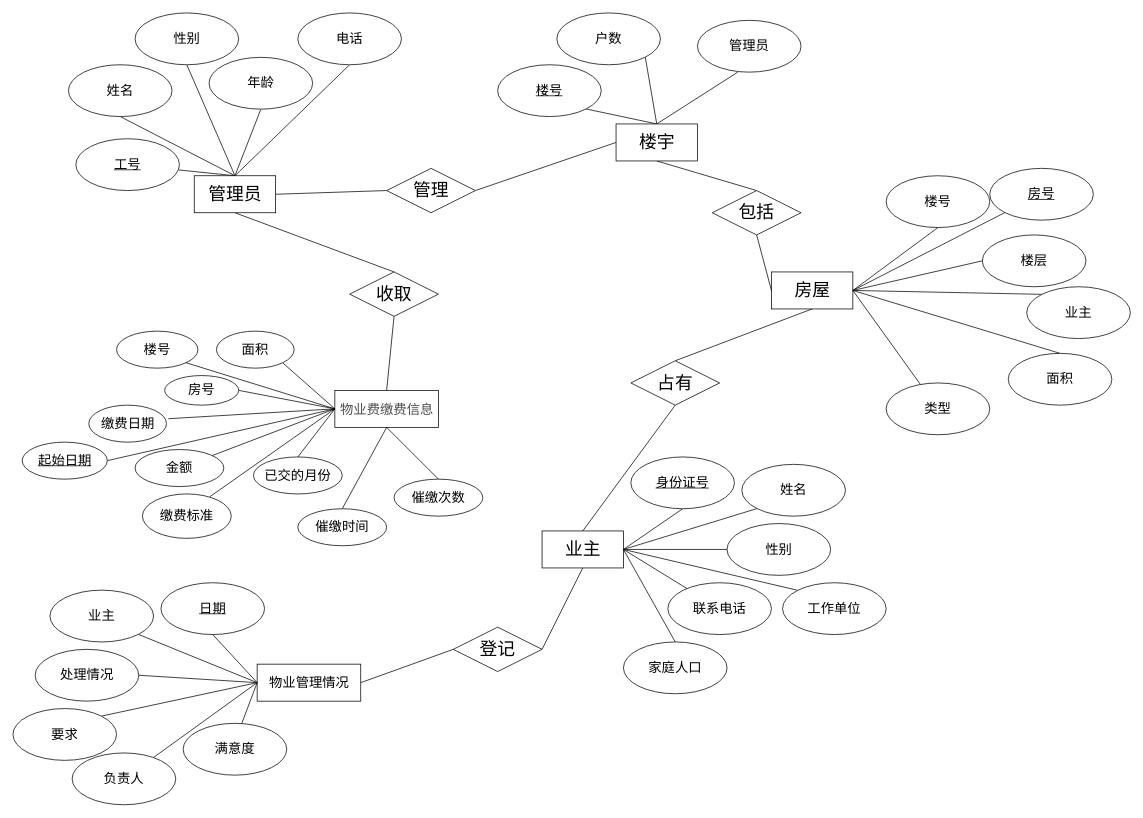
lidsu/Gulimall keeps this draw.io diagram as Untitled Diagram.drawio. Above is the earlier version. Source tidied: cells renumbered, new cells numbered last; positions are measured from the earlier drawing's top-left corner, leaving out a move shared by most shapes. Both pictures are drawn from the tidied source at 74%, with x=0, y=0 at pixel (13, 13).
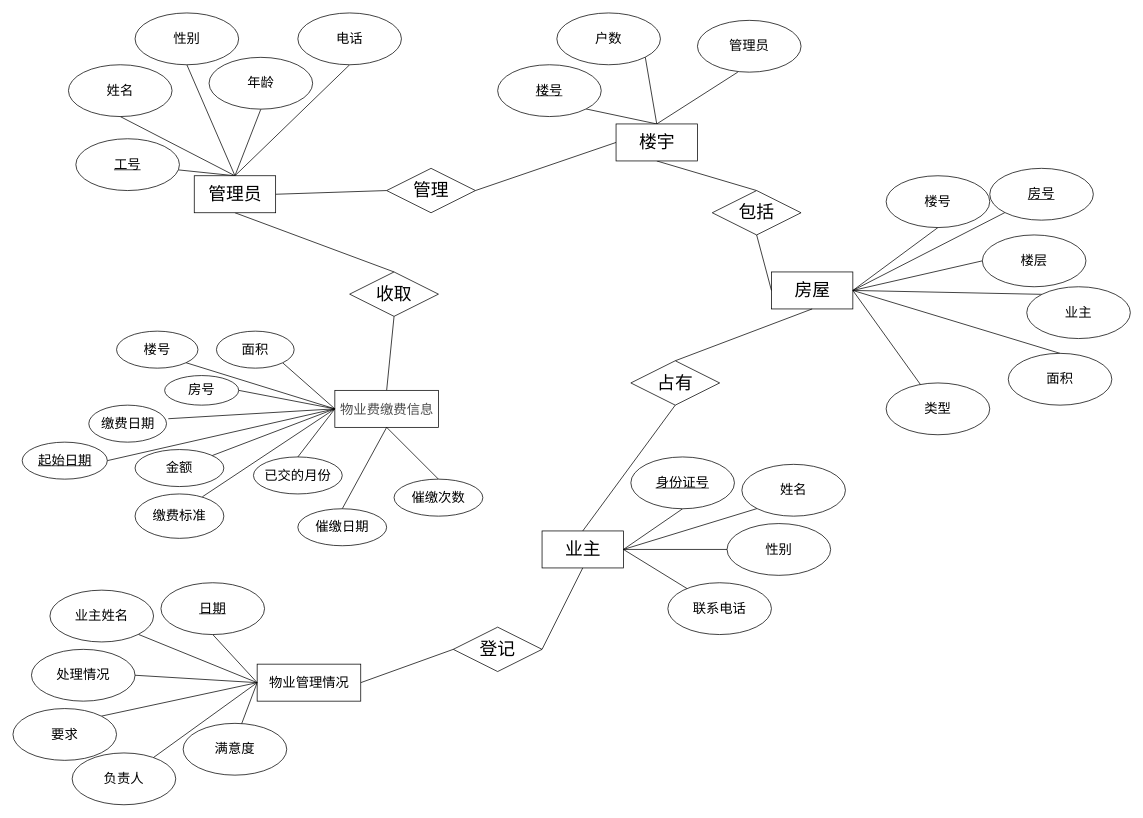
The same diagram, later.

Commit message:
小区物业管理

The change refers to these unchanged cells:
```xml
<mxCell id="8" value="&lt;span style=&quot;font-size: 24px;&quot;&gt;业主&lt;/span&gt;" style="html=1;" parent="1" vertex="1">
  <mxGeometry x="715" y="700" width="110" height="50" as="geometry" />
</mxCell>
```

Diff of the diagram source:
```diff
@@
-    <mxCell id="56" style="edgeStyle=none;rounded=0;jettySize=auto;html=1;exitX=0;exitY=0;exitDx=0;exitDy=0;entryX=1;entryY=0.5;entryDx=0;entryDy=0;fontSize=24;endArrow=none;endFill=0;" parent="1" edge="1" source="57" target="8">
-      <mxGeometry relative="1" as="geometry" />
-    </mxCell>
-    <mxCell id="57" value="工作单位" style="ellipse;whiteSpace=wrap;html=1;fontSize=18;" parent="1" vertex="1">
-      <mxGeometry x="1040" y="770" width="140" height="70" as="geometry" />
-    </mxCell>
@@
-    <mxCell id="60" style="edgeStyle=none;rounded=0;jettySize=auto;html=1;exitX=0.5;exitY=0;exitDx=0;exitDy=0;entryX=1;entryY=0.5;entryDx=0;entryDy=0;fontSize=24;endArrow=none;endFill=0;" parent="1" edge="1" source="61" target="8">
-      <mxGeometry relative="1" as="geometry" />
-    </mxCell>
-    <mxCell id="61" value="家庭人口" style="ellipse;whiteSpace=wrap;html=1;fontSize=18;" parent="1" vertex="1">
-      <mxGeometry x="825" y="850" width="140" height="70" as="geometry" />
-    </mxCell>
@@
-    <mxCell id="73" value="业主" style="ellipse;whiteSpace=wrap;html=1;fontSize=18;" parent="1" vertex="1">
+    <mxCell id="73" value="业主姓名" style="ellipse;whiteSpace=wrap;html=1;fontSize=18;" parent="1" vertex="1">
       <mxGeometry x="50" y="780" width="140" height="70" as="geometry" />
     </mxCell>
@@
     <mxCell id="75" value="处理情况" style="ellipse;whiteSpace=wrap;html=1;fontSize=18;" parent="1" vertex="1">
-      <mxGeometry x="30" y="860" width="140" height="70" as="geometry" />
+      <mxGeometry x="25" y="860" width="140" height="70" as="geometry" />
     </mxCell>
@@
     <mxCell id="88" value="缴费标准" style="ellipse;whiteSpace=wrap;html=1;fontSize=18;" parent="1" vertex="1">
-      <mxGeometry x="175" y="650" width="120" height="60" as="geometry" />
+      <mxGeometry x="165" y="650" width="120" height="60" as="geometry" />
     </mxCell>
@@
-    <mxCell id="94" value="催缴时间" style="ellipse;whiteSpace=wrap;html=1;fontSize=18;" parent="1" vertex="1">
+    <mxCell id="94" value="催缴日期" style="ellipse;whiteSpace=wrap;html=1;fontSize=18;" parent="1" vertex="1">
       <mxGeometry x="385" y="670" width="120" height="50" as="geometry" />
     </mxCell>
```
